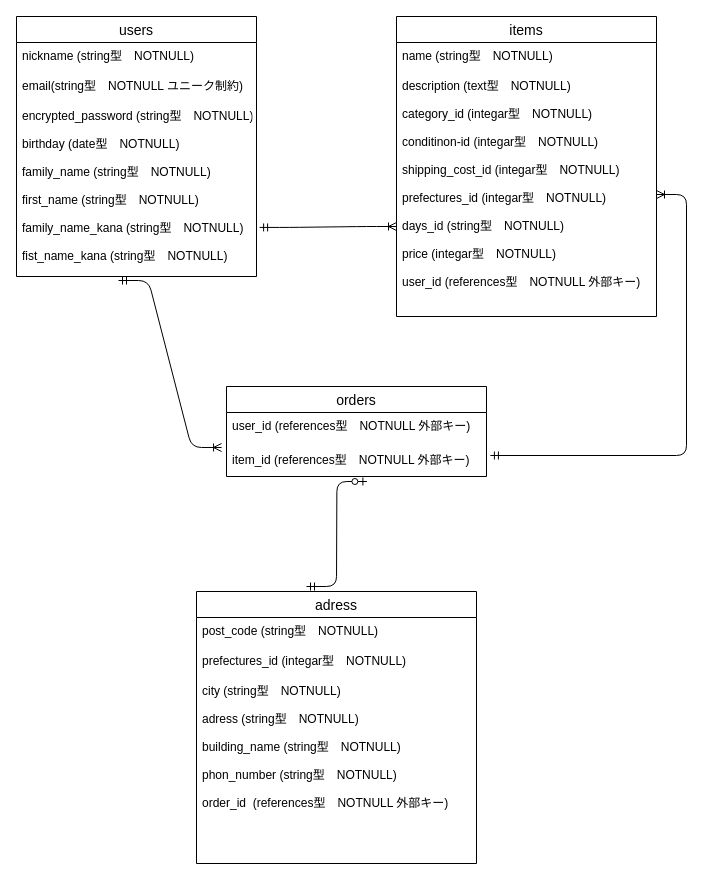
FUJITASHOGO2190/furima-38244 keeps this draw.io diagram as furima.dio. Above is the earlier version. Source tidied: cells renumbered, new cells numbered last; positions are measured from the earlier drawing's top-left corner, leaving out a move shared by most shapes. Both pictures are drawn from the tidied source at 100%, with x=0, y=0 at pixel (16, 16).
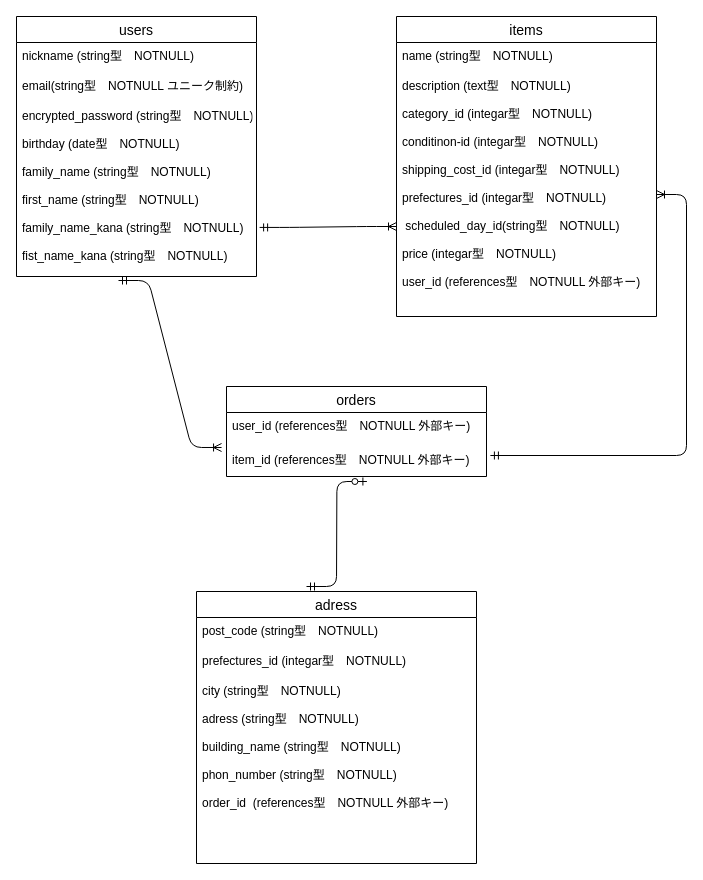
After the change.

Commit message (it also covers changes not shown here):
データベース設計、修正３

Unchanged cells that the change refers to:
```xml
<mxCell id="6" value="items" style="swimlane;fontStyle=0;horizontal=1;startSize=26;align=center;fontSize=14;" parent="1" vertex="1">
  <mxGeometry x="380" width="260" height="300" as="geometry" />
</mxCell>
```

What changed in the source:
```diff
@@
-    <mxCell id="8" value="description (text型　NOTNULL)&#10;&#10;category_id (integar型　NOTNULL)&#10;&#10;conditinon-id (integar型　NOTNULL)&#10;&#10;shipping_cost_id (integar型　NOTNULL)&#10;&#10;prefectures_id (integar型　NOTNULL)&#10;&#10;days_id (string型　NOTNULL)&#10;&#10;price (integar型　NOTNULL)&#10;&#10;user_id (references型　NOTNULL 外部キー)&#10;" style="text;strokeColor=none;fillColor=none;spacingLeft=4;spacingRight=4;overflow=hidden;points=[[0,0.5],[1,0.5]];portConstraint=eastwest;fontSize=12;" parent="6" vertex="1">
+    <mxCell id="8" value="description (text型　NOTNULL)&#10;&#10;category_id (integar型　NOTNULL)&#10;&#10;conditinon-id (integar型　NOTNULL)&#10;&#10;shipping_cost_id (integar型　NOTNULL)&#10;&#10;prefectures_id (integar型　NOTNULL)&#10;&#10; scheduled_day_id(string型　NOTNULL)&#10;&#10;price (integar型　NOTNULL)&#10;&#10;user_id (references型　NOTNULL 外部キー)&#10;" style="text;strokeColor=none;fillColor=none;spacingLeft=4;spacingRight=4;overflow=hidden;points=[[0,0.5],[1,0.5]];portConstraint=eastwest;fontSize=12;" parent="6" vertex="1">
       <mxGeometry y="56" width="260" height="244" as="geometry" />
     </mxCell>
```
